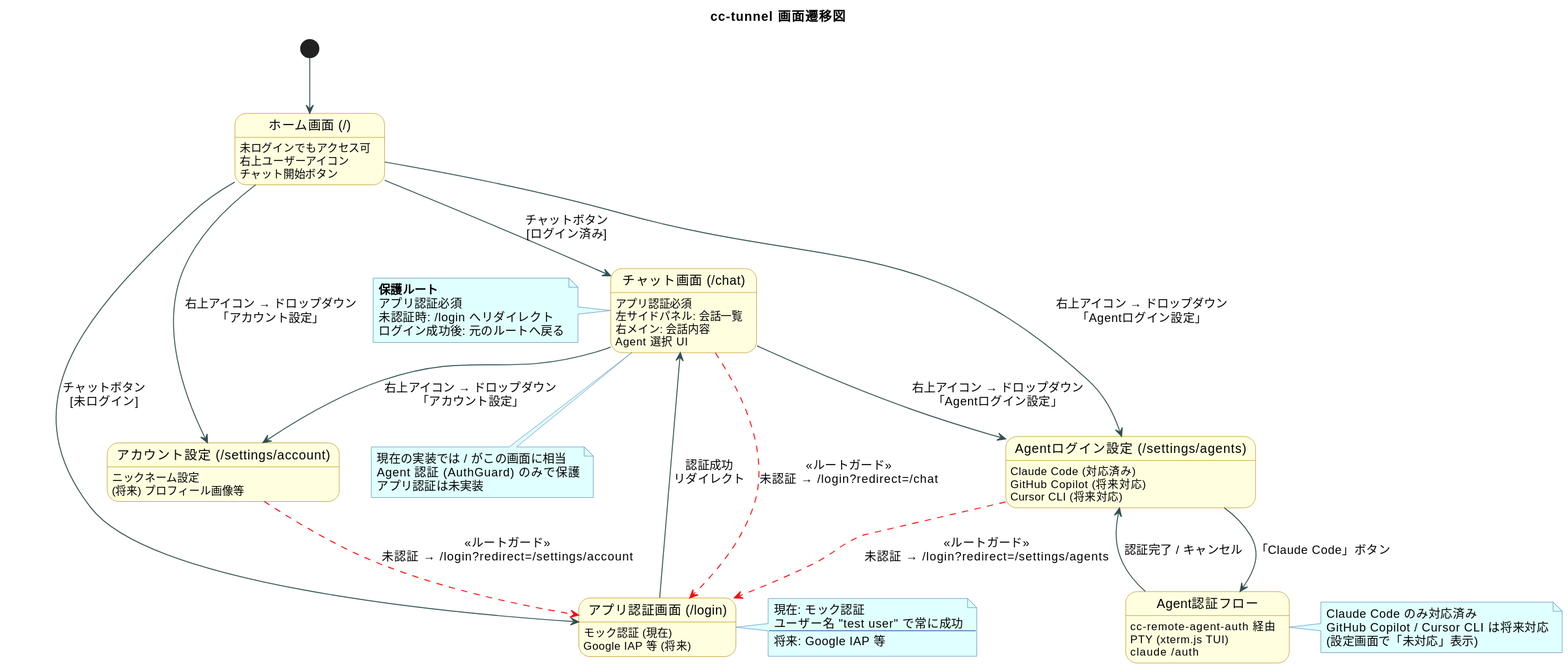
pollenjp/cc-tunnel keeps this PlantUML diagram as docs/plantuml/out/screen_navigation.svg. Above is the earlier version. The source it was exported from:
```plantuml
@startuml
title cc-tunnel 画面遷移図

skinparam state {
  BackgroundColor LightYellow
  BorderColor DarkGoldenRod
  ArrowColor DarkSlateGray
}

skinparam note {
  BackgroundColor LightCyan
  BorderColor SteelBlue
}

[*] --> Home

state "ホーム画面 (/)" as Home {
  Home : 未ログインでもアクセス可
  Home : 右上ユーザーアイコン
  Home : チャット開始ボタン
}

state "アプリ認証画面 (/login)" as Login {
  Login : モック認証 (現在)
  Login : Google IAP 等 (将来)
}

state "チャット画面 (/chat)" as Chat {
  Chat : アプリ認証必須
  Chat : 左サイドパネル: 会話一覧
  Chat : 右メイン: 会話内容
  Chat : Agent 選択 UI
}

state "アカウント設定 (/settings/account)" as AccountSettings {
  AccountSettings : ニックネーム設定
  AccountSettings : (将来) プロフィール画像等
}

state "Agentログイン設定 (/settings/agents)" as AgentSettings {
  AgentSettings : Claude Code (対応済み)
  AgentSettings : GitHub Copilot (将来対応)
  AgentSettings : Cursor CLI (将来対応)
}

state "Agent認証フロー" as AgentAuth {
  AgentAuth : cc-remote-agent-auth 経由
  AgentAuth : PTY (xterm.js TUI)
  AgentAuth : claude /auth
}

Home --> Login : チャットボタン\n[未ログイン]
Home --> Chat : チャットボタン\n[ログイン済み]

Login --> Chat : 認証成功\nリダイレクト

Home --> AccountSettings : 右上アイコン → ドロップダウン\n「アカウント設定」
Home --> AgentSettings : 右上アイコン → ドロップダウン\n「Agentログイン設定」

Chat --> AccountSettings : 右上アイコン → ドロップダウン\n「アカウント設定」
Chat --> AgentSettings : 右上アイコン → ドロップダウン\n「Agentログイン設定」

AgentSettings --> AgentAuth : 「Claude Code」ボタン
AgentAuth --> AgentSettings : 認証完了 / キャンセル

Chat -[dashed,#red]-> Login : <<ルートガード>>\n未認証 → /login?redirect=/chat
AccountSettings -[dashed,#red]-> Login : <<ルートガード>>\n未認証 → /login?redirect=/settings/account
AgentSettings -[dashed,#red]-> Login : <<ルートガード>>\n未認証 → /login?redirect=/settings/agents

note left of Chat
  **保護ルート**
  アプリ認証必須
  未認証時: /login へリダイレクト
  ログイン成功後: 元のルートへ戻る
end note

note right of Login
  現在: モック認証
  ユーザー名 "test user" で常に成功
  ---
  将来: Google IAP 等
end note

note right of AgentAuth
  Claude Code のみ対応済み
  GitHub Copilot / Cursor CLI は将来対応
  (設定画面で「未対応」表示)
end note

note bottom of Chat
  現在の実装では / がこの画面に相当
  Agent 認証 (AuthGuard) のみで保護
  アプリ認証は未実装
end note
@enduml
```
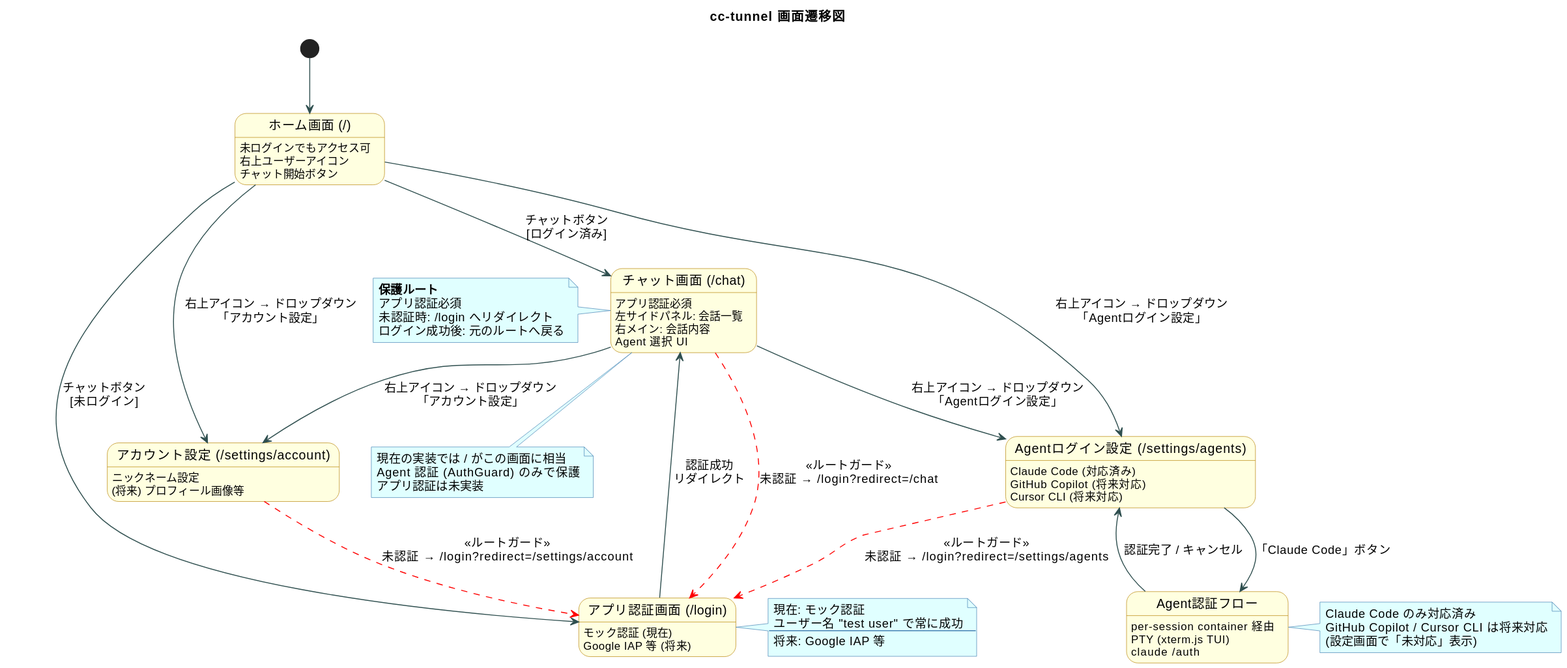
Later version of the same file.

The edit, as a diff of the source:
```diff
@@ -44,7 +44,7 @@
 }
 
 state "Agent認証フロー" as AgentAuth {
-  AgentAuth : cc-remote-agent-auth 経由
+  AgentAuth : per-session container 経由
   AgentAuth : PTY (xterm.js TUI)
   AgentAuth : claude /auth
 }
```
